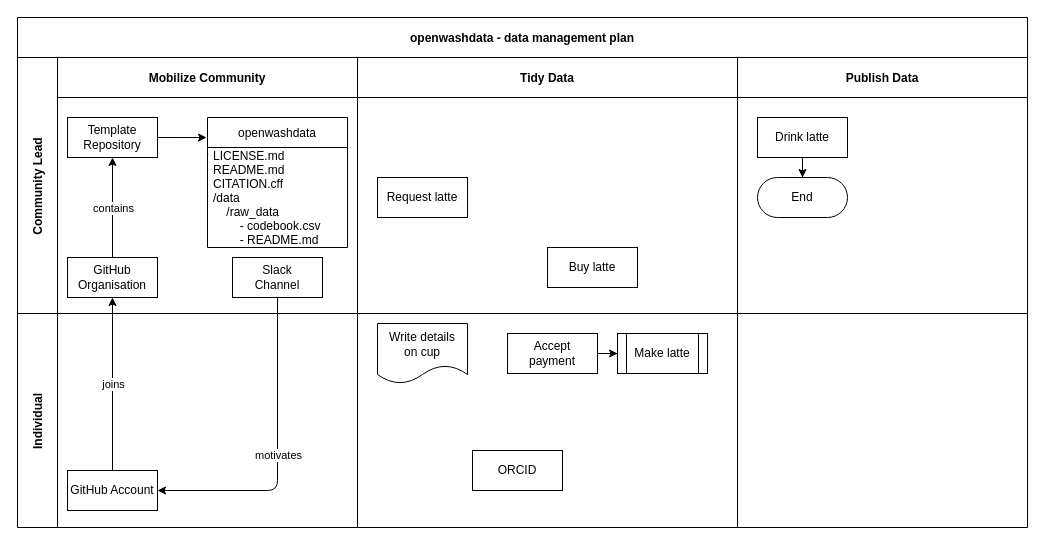
The draw.io diagram ethopen-data-flow-plan.drawio in larnsce/diagrams, before the edit. Source tidied: cells renumbered, new cells numbered last; positions are measured from the earlier drawing's top-left corner, leaving out a move shared by most shapes. Both pictures are drawn from the tidied source at 100%, with x=0, y=0 at pixel (17, 17).
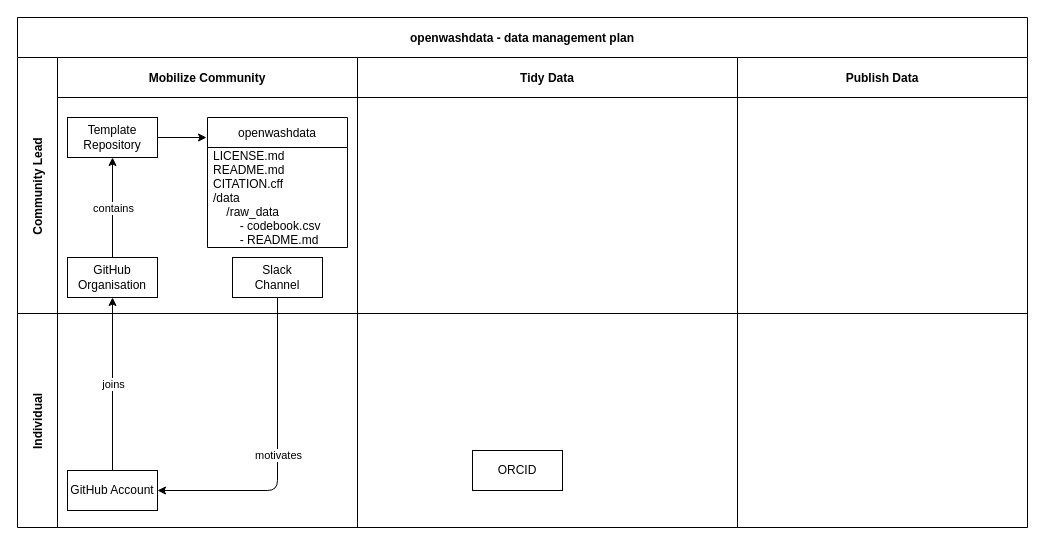
Above is the later version.

The change refers to these unchanged cells:
```xml
<mxCell id="15" value="Tidy Data" style="swimlane;swimlaneHead=0;swimlaneBody=0;fillColor=none;startSize=40;fontStyle=1;" parent="5" vertex="1">
  <mxGeometry x="340" width="380" height="256" as="geometry" />
</mxCell>
<mxCell id="18" value="Publish Data" style="swimlane;swimlaneHead=0;swimlaneBody=0;fillColor=none;startSize=40;fontStyle=1;" parent="5" vertex="1">
  <mxGeometry x="720" width="290" height="256" as="geometry" />
</mxCell>
<mxCell id="25" style="swimlane;swimlaneHead=0;swimlaneBody=0;fillColor=none;startSize=0;fontStyle=1;" parent="22" vertex="1">
  <mxGeometry x="340" width="380" height="214" as="geometry" />
</mxCell>
```

Change to the diagram source:
```diff
@@
-    <mxCell id="16" value="Request latte" style="rounded=0;whiteSpace=wrap;html=1;" parent="15" vertex="1">
-      <mxGeometry x="20" y="120" width="90" height="40" as="geometry" />
-    </mxCell>
-    <mxCell id="17" value="Buy latte" style="rounded=0;whiteSpace=wrap;html=1;" parent="15" vertex="1">
-      <mxGeometry x="190" y="190" width="90" height="40" as="geometry" />
-    </mxCell>
@@
-    <mxCell id="19" style="edgeStyle=orthogonalEdgeStyle;rounded=0;jettySize=auto;html=1;" parent="18" edge="1" source="20" target="21">
-      <mxGeometry relative="1" as="geometry" />
-    </mxCell>
-    <mxCell id="20" value="Drink latte" style="rounded=0;whiteSpace=wrap;html=1;" parent="18" vertex="1">
-      <mxGeometry x="20" y="60" width="90" height="40" as="geometry" />
-    </mxCell>
-    <mxCell id="21" value="End" style="rounded=1;whiteSpace=wrap;html=1;arcSize=50;" parent="18" vertex="1">
-      <mxGeometry x="20" y="120" width="90" height="40" as="geometry" />
-    </mxCell>
@@
-    <mxCell id="26" style="edgeStyle=orthogonalEdgeStyle;rounded=0;jettySize=auto;html=1;" parent="25" edge="1" source="27" target="29">
-      <mxGeometry relative="1" as="geometry" />
-    </mxCell>
-    <mxCell id="27" value="Accept&lt;br&gt;payment" style="rounded=0;whiteSpace=wrap;html=1;" parent="25" vertex="1">
-      <mxGeometry x="150" y="20" width="90" height="40" as="geometry" />
-    </mxCell>
-    <mxCell id="28" value="Write details&lt;br&gt;on cup" style="shape=document;whiteSpace=wrap;html=1;boundedLbl=1;" parent="25" vertex="1">
-      <mxGeometry x="20" y="10" width="90" height="60" as="geometry" />
-    </mxCell>
-    <mxCell id="29" value="Make latte" style="shape=process;whiteSpace=wrap;html=1;backgroundOutline=1;" parent="25" vertex="1">
-      <mxGeometry x="260" y="20" width="90" height="40" as="geometry" />
-    </mxCell>
```
